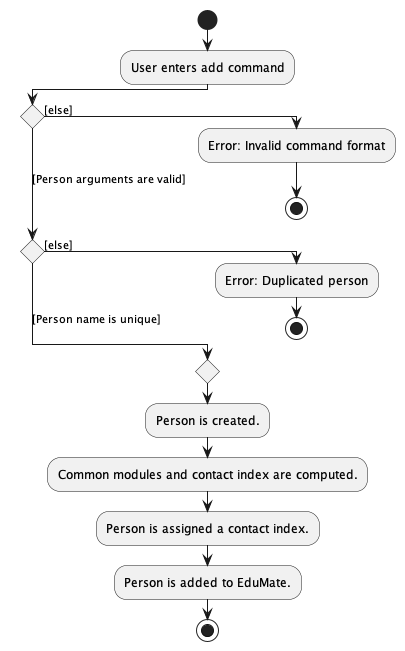
The PlantUML diagram docs/images/AddActivityDiagram.png in mynameizzhafeez/tp, before a commit. Source of this version:
```plantuml
@startuml
!pragma useVerticalIf on
start
:User enters add command;
if () then ([else])
  :Error: Invalid command format;
  stop
([Person arguments are valid]) elseif () then ([else])
  :Error: Duplicated person;
  stop
else ([Person name is unique])
endif
  :Person is created.;
  :Common modules and contact index are computed.;
  :Person is assigned a contact index.;
  :Person is added to EduMate.;
stop

@enduml
```
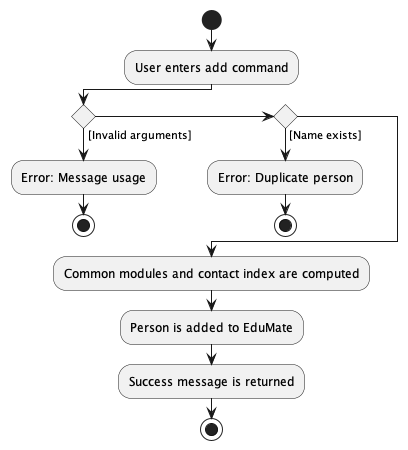
Above is the later version.

Commit message:
Make Add Activity Diagram horizontal

The edit, as a diff of the source:
```diff
@@ -1,19 +1,16 @@
 @startuml
-!pragma useVerticalIf on
 start
 :User enters add command;
-if () then ([else])
-  :Error: Invalid command format;
-  stop
-([Person arguments are valid]) elseif () then ([else])
-  :Error: Duplicated person;
-  stop
-else ([Person name is unique])
+if () then ([Invalid arguments])
+    :Error: Message usage;
+    stop
+elseif () then ([Name exists])
+    :Error: Duplicate person;
+    stop
+else ()
 endif
-  :Person is created.;
-  :Common modules and contact index are computed.;
-  :Person is assigned a contact index.;
-  :Person is added to EduMate.;
+:Common modules and contact index are computed;
+:Person is added to EduMate;
+:Success message is returned;
 stop
-
 @enduml
```
